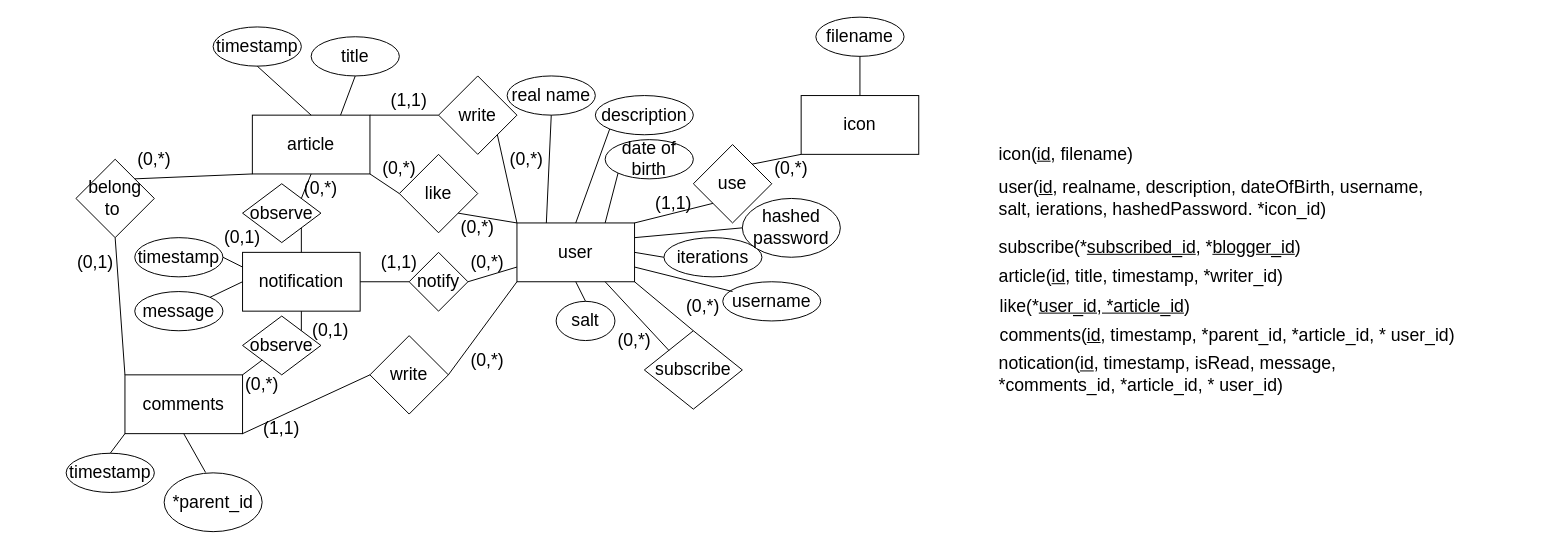
Above: final project group eight.drawio in kesesek/group8-pgcertIT (draw.io), before the change. Source tidied: cells renumbered, new cells numbered last; positions are measured from the earlier drawing's top-left corner, leaving out a move shared by most shapes. Both pictures are drawn from the tidied source at 98%, with x=0, y=0 at pixel (66, 17).
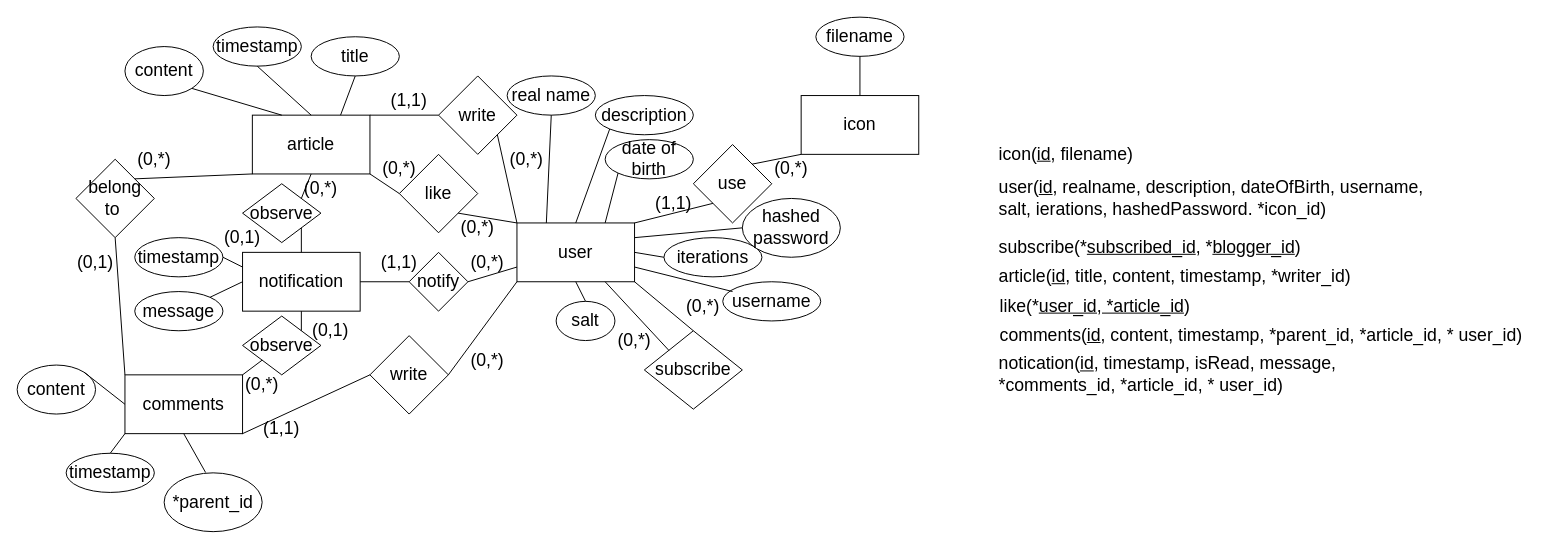
The same page after the edit.

Unchanged cells that the change refers to:
```xml
<mxCell id="18" value="&lt;font style=&quot;font-size: 18px;&quot;&gt;article&lt;/font&gt;" style="rounded=0;whiteSpace=wrap;html=1;" parent="1" vertex="1">
  <mxGeometry x="190" y="100" width="120" height="60" as="geometry" />
</mxCell>
<mxCell id="24" value="&lt;font style=&quot;font-size: 18px;&quot;&gt;comments&lt;/font&gt;" style="rounded=0;whiteSpace=wrap;html=1;" parent="1" vertex="1">
  <mxGeometry x="60" y="365" width="120" height="60" as="geometry" />
</mxCell>
```

What changed in the source:
```diff
@@
-    <mxCell id="83" value="&lt;font style=&quot;font-size: 18px;&quot;&gt;article(&lt;u&gt;id&lt;/u&gt;, title, timestamp, *writer_id)&lt;/font&gt;" style="text;html=1;strokeColor=none;fillColor=none;align=left;verticalAlign=middle;whiteSpace=wrap;rounded=0;" parent="1" vertex="1">
+    <mxCell id="83" value="&lt;font style=&quot;font-size: 18px;&quot;&gt;article(&lt;u&gt;id&lt;/u&gt;, title, content, timestamp, *writer_id)&lt;/font&gt;" style="text;html=1;strokeColor=none;fillColor=none;align=left;verticalAlign=middle;whiteSpace=wrap;rounded=0;" parent="1" vertex="1">
       <mxGeometry x="950" y="250" width="400" height="30" as="geometry" />
     </mxCell>
@@
-    <mxCell id="85" value="&lt;font style=&quot;font-size: 18px;&quot;&gt;comments(&lt;u&gt;id&lt;/u&gt;, timestamp, *parent_id, *article_id, * user_id)&lt;/font&gt;" style="text;html=1;strokeColor=none;fillColor=none;align=left;verticalAlign=middle;whiteSpace=wrap;rounded=0;" parent="1" vertex="1">
-      <mxGeometry x="951" y="310" width="469" height="30" as="geometry" />
+    <mxCell id="85" value="&lt;font style=&quot;font-size: 18px;&quot;&gt;comments(&lt;u&gt;id&lt;/u&gt;, content, timestamp, *parent_id, *article_id, * user_id)&lt;/font&gt;" style="text;html=1;strokeColor=none;fillColor=none;align=left;verticalAlign=middle;whiteSpace=wrap;rounded=0;" parent="1" vertex="1">
+      <mxGeometry x="951" y="310" width="549" height="30" as="geometry" />
     </mxCell>
@@
+    <mxCell id="87" value="&lt;font style=&quot;font-size: 18px;&quot;&gt;content&lt;/font&gt;" style="ellipse;whiteSpace=wrap;html=1;" parent="1" vertex="1">
+      <mxGeometry x="60" y="30" width="80" height="50" as="geometry" />
+    </mxCell>
+    <mxCell id="88" value="&lt;font style=&quot;font-size: 18px;&quot;&gt;content&lt;/font&gt;" style="ellipse;whiteSpace=wrap;html=1;" parent="1" vertex="1">
+      <mxGeometry x="-50" y="355" width="80" height="50" as="geometry" />
+    </mxCell>
+    <mxCell id="89" style="endArrow=none;html=1;rounded=0;exitX=1;exitY=1;exitDx=0;exitDy=0;entryX=0.25;entryY=0;entryDx=0;entryDy=0;" parent="1" edge="1" source="87" target="18">
+      <mxGeometry relative="1" as="geometry" />
+    </mxCell>
+    <mxCell id="90" style="endArrow=none;html=1;rounded=0;exitX=1;exitY=0;exitDx=0;exitDy=0;entryX=0;entryY=0.5;entryDx=0;entryDy=0;" parent="1" edge="1" source="88" target="24">
+      <mxGeometry relative="1" as="geometry" />
+    </mxCell>
```
